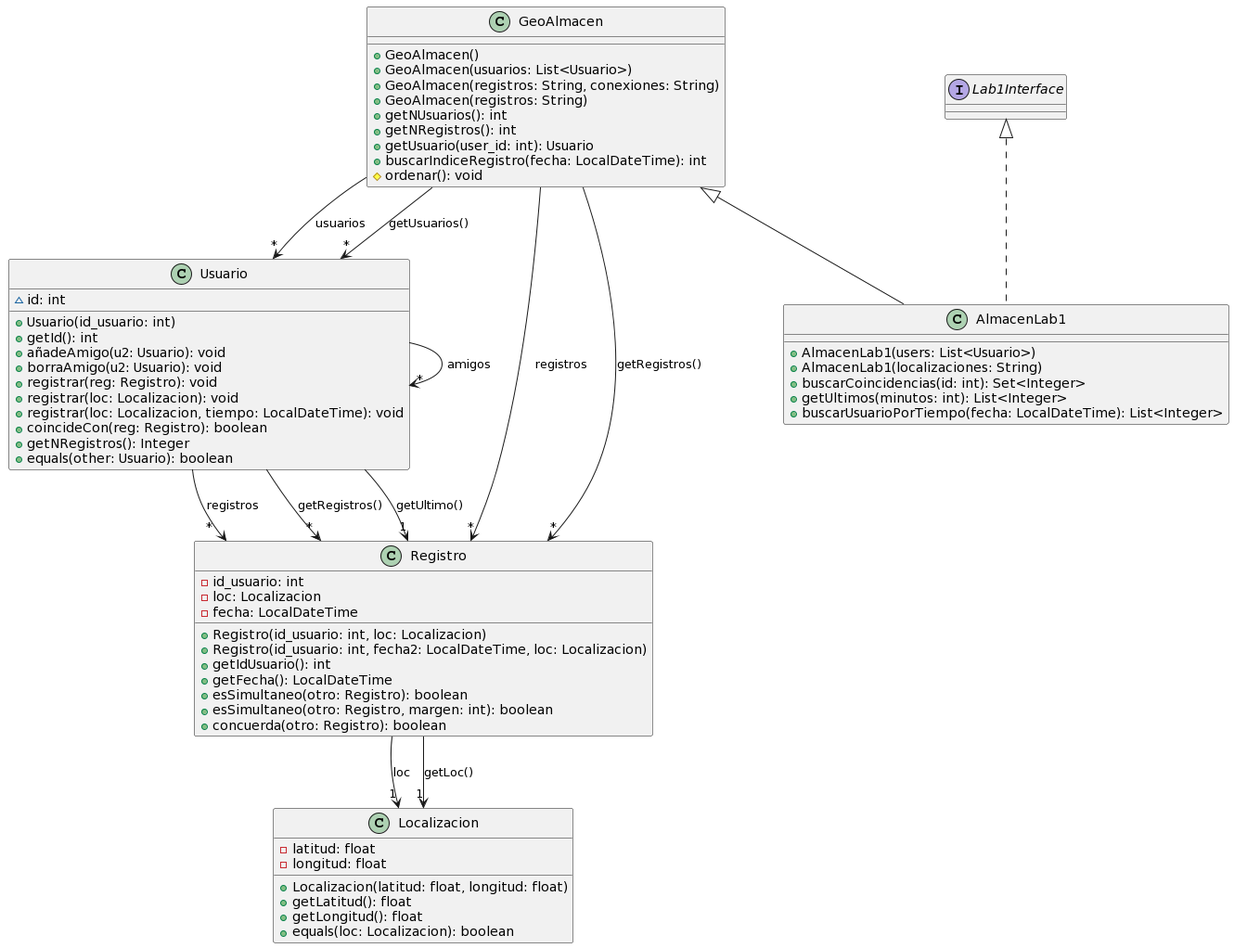
Above: adsw-lab-1/clases.png in adsw-upm/adsw-laboratorios (PlantUML), before the change. Source of this version:
```plantuml
@startuml
class GeoAlmacen [[java:es.upm.dit.adsw.geosocial.GeoAlmacen]] {
	+GeoAlmacen()
	+GeoAlmacen(usuarios: List<Usuario>)
	+GeoAlmacen(registros: String, conexiones: String)
	+GeoAlmacen(registros: String)
	+getNUsuarios(): int
	+getNRegistros(): int
	+getUsuario(user_id: int): Usuario
	+buscarIndiceRegistro(fecha: LocalDateTime): int
	#ordenar(): void
}
class Usuario {
}
GeoAlmacen --> "*" Usuario : usuarios
class Registro {
}
GeoAlmacen --> "*" Registro : registros
class Registro {
}
GeoAlmacen --> "*" Registro : getRegistros()
class Usuario {
}
GeoAlmacen --> "*" Usuario : getUsuarios()
class Registro [[java:es.upm.dit.adsw.geosocial.Registro]] {
	-id_usuario: int
	-loc: Localizacion
	-fecha: LocalDateTime
	+Registro(id_usuario: int, loc: Localizacion)
	+Registro(id_usuario: int, fecha2: LocalDateTime, loc: Localizacion)
	+getIdUsuario(): int
	+getFecha(): LocalDateTime
	+esSimultaneo(otro: Registro): boolean
	+esSimultaneo(otro: Registro, margen: int): boolean
	+concuerda(otro: Registro): boolean
}
class Localizacion {
}
Registro --> "1" Localizacion : loc
class Localizacion {
}
Registro --> "1" Localizacion : getLoc()
class Localizacion [[java:es.upm.dit.adsw.geosocial.Localizacion]] {
	-latitud: float
	-longitud: float
	+Localizacion(latitud: float, longitud: float)
	+getLatitud(): float
	+getLongitud(): float
	+equals(loc: Localizacion): boolean
}
class Usuario [[java:es.upm.dit.adsw.geosocial.Usuario]] {
	~id: int
	+Usuario(id_usuario: int)
	+getId(): int
	+añadeAmigo(u2: Usuario): void
	+borraAmigo(u2: Usuario): void
	+registrar(reg: Registro): void
	+registrar(loc: Localizacion): void
	+registrar(loc: Localizacion, tiempo: LocalDateTime): void
	+coincideCon(reg: Registro): boolean
	+getNRegistros(): Integer
	+equals(other: Usuario): boolean
}
class Registro {
}
Usuario --> "*" Registro : registros
class Usuario {
}
Usuario --> "*" Usuario : amigos
class Registro {
}
Usuario --> "*" Registro : getRegistros()
class Registro {
}
Usuario --> "1" Registro : getUltimo()
class Usuario {
}

class AlmacenLab1 [[java:es.upm.dit.adsw.lab1.AlmacenLab1]] {
	+AlmacenLab1(users: List<Usuario>)
	+AlmacenLab1(localizaciones: String)
	+buscarCoincidencias(id: int): Set<Integer>
	+getUltimos(minutos: int): List<Integer>
	+buscarUsuarioPorTiempo(fecha: LocalDateTime): List<Integer>
}
class GeoAlmacen {
}
GeoAlmacen <|-- AlmacenLab1
interface Lab1Interface {
}
Lab1Interface <|.. AlmacenLab1
@enduml
```
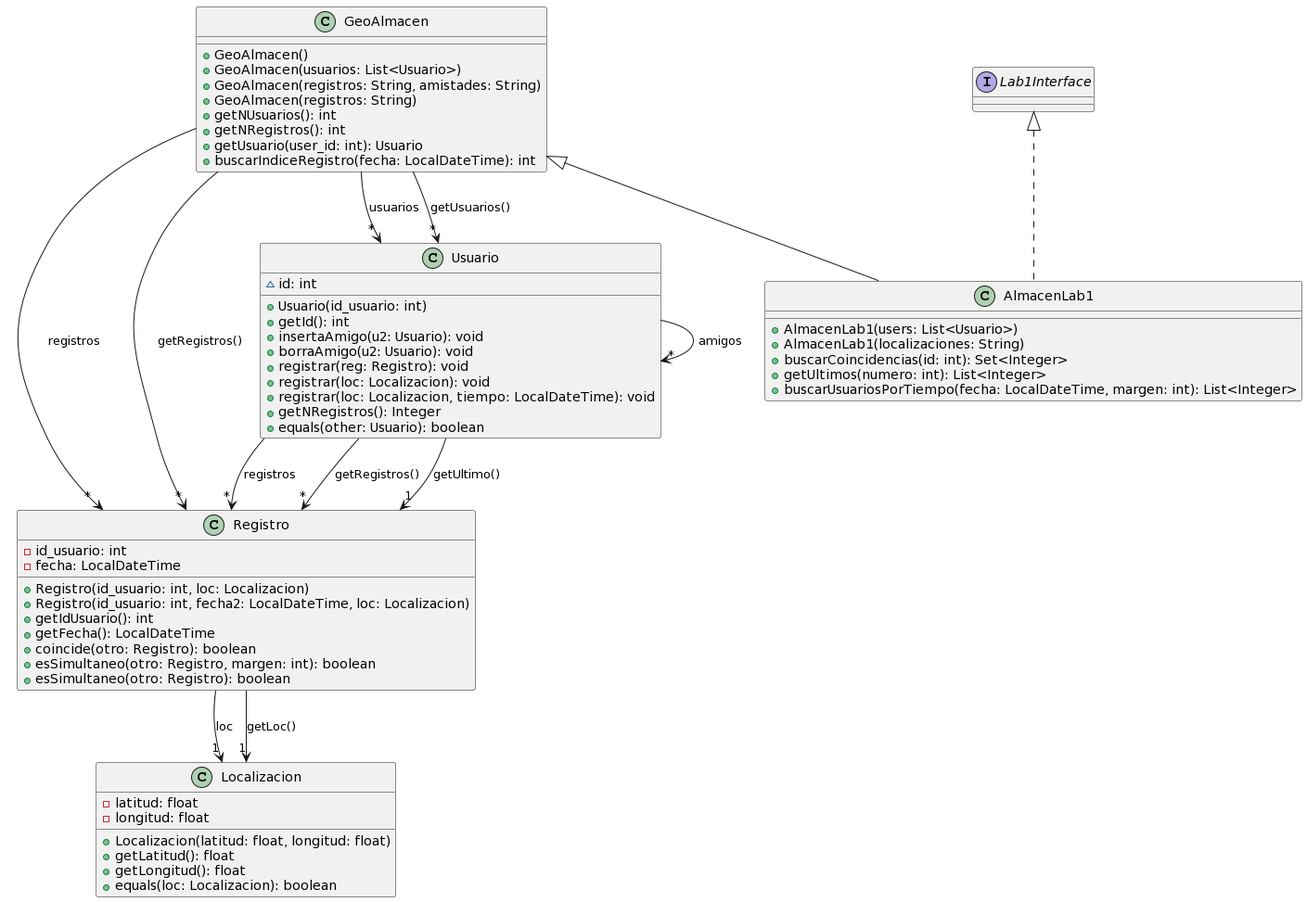
Above is the later version.

What changed in the source:
```diff
@@ -1,38 +1,14 @@
 @startuml
-class GeoAlmacen [[java:es.upm.dit.adsw.geosocial.GeoAlmacen]] {
-	+GeoAlmacen()
-	+GeoAlmacen(usuarios: List<Usuario>)
-	+GeoAlmacen(registros: String, conexiones: String)
-	+GeoAlmacen(registros: String)
-	+getNUsuarios(): int
-	+getNRegistros(): int
-	+getUsuario(user_id: int): Usuario
-	+buscarIndiceRegistro(fecha: LocalDateTime): int
-	#ordenar(): void
-}
-class Usuario {
-}
-GeoAlmacen --> "*" Usuario : usuarios
-class Registro {
-}
-GeoAlmacen --> "*" Registro : registros
-class Registro {
-}
-GeoAlmacen --> "*" Registro : getRegistros()
-class Usuario {
-}
-GeoAlmacen --> "*" Usuario : getUsuarios()
 class Registro [[java:es.upm.dit.adsw.geosocial.Registro]] {
 	-id_usuario: int
-	-loc: Localizacion
 	-fecha: LocalDateTime
 	+Registro(id_usuario: int, loc: Localizacion)
 	+Registro(id_usuario: int, fecha2: LocalDateTime, loc: Localizacion)
 	+getIdUsuario(): int
 	+getFecha(): LocalDateTime
+	+coincide(otro: Registro): boolean
+	+esSimultaneo(otro: Registro, margen: int): boolean
 	+esSimultaneo(otro: Registro): boolean
-	+esSimultaneo(otro: Registro, margen: int): boolean
-	+concuerda(otro: Registro): boolean
 }
 class Localizacion {
 }
@@ -52,12 +28,11 @@
 	~id: int
 	+Usuario(id_usuario: int)
 	+getId(): int
-	+añadeAmigo(u2: Usuario): void
+	+insertaAmigo(u2: Usuario): void
 	+borraAmigo(u2: Usuario): void
 	+registrar(reg: Registro): void
 	+registrar(loc: Localizacion): void
 	+registrar(loc: Localizacion, tiempo: LocalDateTime): void
-	+coincideCon(reg: Registro): boolean
 	+getNRegistros(): Integer
 	+equals(other: Usuario): boolean
 }
@@ -76,12 +51,35 @@
 class Usuario {
 }
 
+class GeoAlmacen [[java:es.upm.dit.adsw.geosocial.GeoAlmacen]] {
+	+GeoAlmacen()
+	+GeoAlmacen(usuarios: List<Usuario>)
+	+GeoAlmacen(registros: String, amistades: String)
+	+GeoAlmacen(registros: String)
+	+getNUsuarios(): int
+	+getNRegistros(): int
+	+getUsuario(user_id: int): Usuario
+	+buscarIndiceRegistro(fecha: LocalDateTime): int
+}
+class Usuario {
+}
+GeoAlmacen --> "*" Usuario : usuarios
+class Registro {
+}
+GeoAlmacen --> "*" Registro : registros
+class Registro {
+}
+GeoAlmacen --> "*" Registro : getRegistros()
+class Usuario {
+}
+GeoAlmacen --> "*" Usuario : getUsuarios()
+
 class AlmacenLab1 [[java:es.upm.dit.adsw.lab1.AlmacenLab1]] {
 	+AlmacenLab1(users: List<Usuario>)
 	+AlmacenLab1(localizaciones: String)
 	+buscarCoincidencias(id: int): Set<Integer>
-	+getUltimos(minutos: int): List<Integer>
-	+buscarUsuarioPorTiempo(fecha: LocalDateTime): List<Integer>
+	+getUltimos(numero: int): List<Integer>
+	+buscarUsuariosPorTiempo(fecha: LocalDateTime, margen: int): List<Integer>
 }
 class GeoAlmacen {
 }
```
